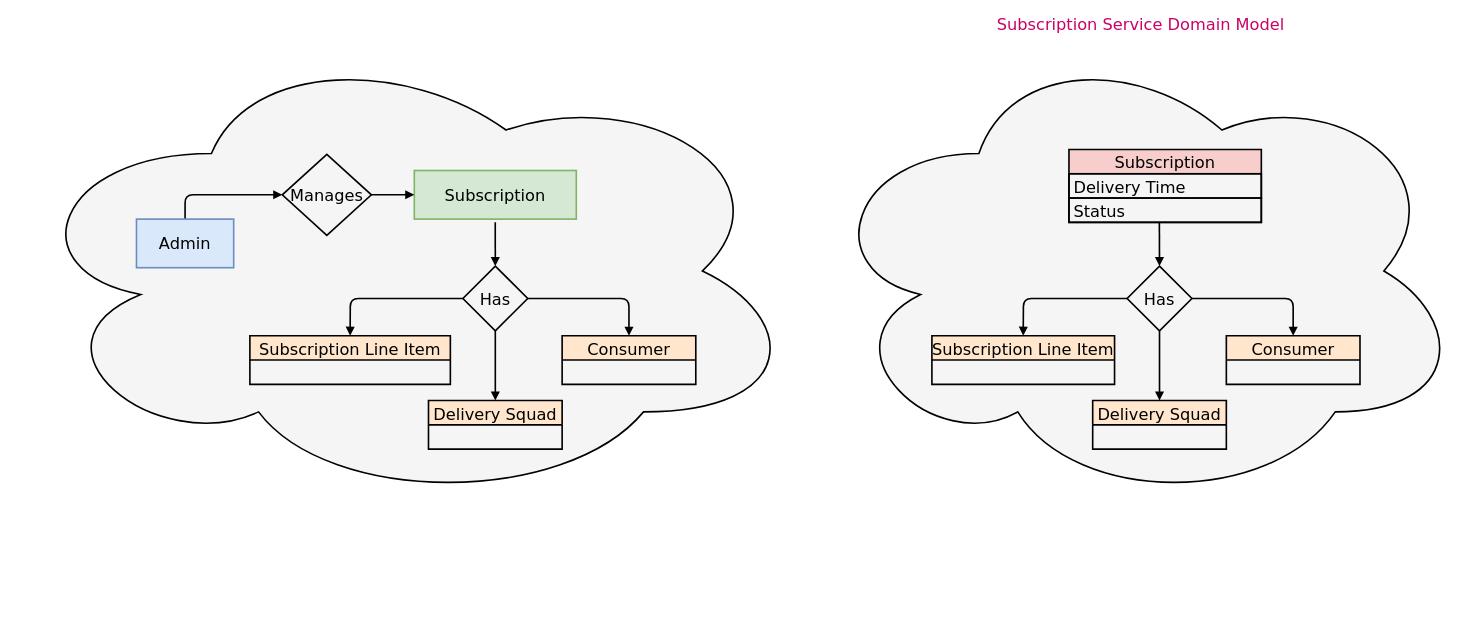
Above: docs/diagram/subscription_service_domain_model.drawio in dudhwalas/dudhwala (draw.io), before the change. Source tidied: cells renumbered, new cells numbered last; positions are measured from the earlier drawing's top-left corner, leaving out a move shared by most shapes. Both pictures are drawn from the tidied source at 81%, with x=0, y=0 at pixel (15, 36).
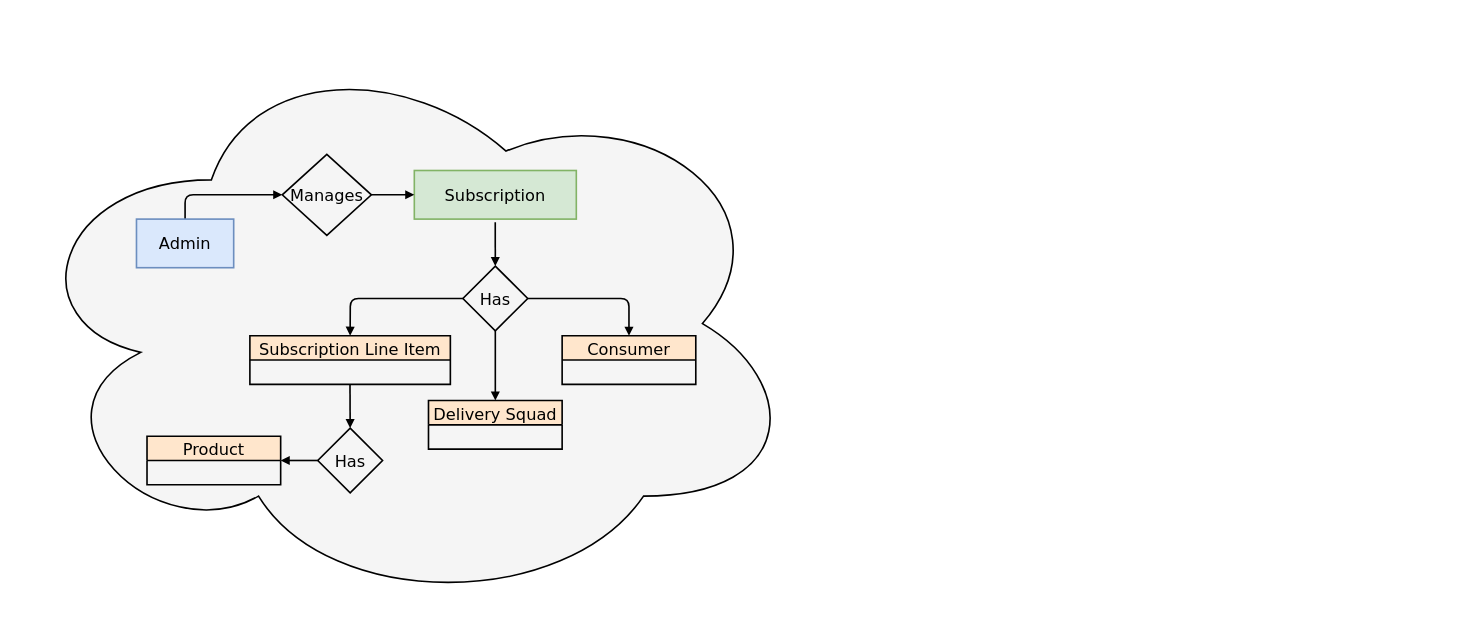
Above is the later version.

Commit message (it also covers changes not shown here):
added delivery service specs

The edit, as a diff of the source:
```diff
@@
-    <mxCell id="2" value="Subscription Service Domain Model" style="ellipse;shape=cloud;whiteSpace=wrap;html=1;fillColor=#f5f5f5;fontColor=#CC0066;strokeColor=#000000;strokeWidth=2;labelPosition=center;verticalLabelPosition=top;align=center;verticalAlign=bottom;fontSize=20;fontFamily=Verdana;" parent="1" vertex="1">
-      <mxGeometry x="990" width="800" height="580" as="geometry" />
-    </mxCell>
-    <mxCell id="3" value="Subscription" style="swimlane;fontStyle=0;horizontal=1;startSize=30;fillColor=#f8cecc;strokeColor=#000000;fontSize=20;strokeWidth=2;fontFamily=Verdana;" parent="1" vertex="1">
-      <mxGeometry x="1301.2" y="140" width="237.5" height="90" as="geometry" />
-    </mxCell>
-    <mxCell id="4" value="Delivery Time" style="text;strokeColor=#000000;fillColor=none;align=left;verticalAlign=middle;spacingLeft=4;spacingRight=4;overflow=hidden;fontSize=20;strokeWidth=2;fontFamily=Verdana;" parent="3" vertex="1">
-      <mxGeometry y="30" width="237.5" height="30" as="geometry" />
-    </mxCell>
-    <mxCell id="5" value="Status" style="text;strokeColor=#000000;fillColor=none;align=left;verticalAlign=middle;spacingLeft=4;spacingRight=4;overflow=hidden;points=[[0,0.5],[1,0.5]];portConstraint=eastwest;fontSize=20;strokeWidth=2;fontFamily=Verdana;" parent="3" vertex="1">
-      <mxGeometry y="60" width="237.5" height="30" as="geometry" />
-    </mxCell>
-    <mxCell id="6" value="Subscription Line Item" style="swimlane;fontStyle=0;horizontal=1;startSize=30;fillColor=#ffe6cc;strokeColor=#000000;fontSize=20;strokeWidth=2;fontFamily=Verdana;" parent="1" vertex="1">
-      <mxGeometry x="1132" y="370" width="225.5" height="60" as="geometry" />
-    </mxCell>
-    <mxCell id="7" style="edgeStyle=none;html=1;exitX=1;exitY=0.5;exitDx=0;exitDy=0;entryX=0.5;entryY=0;entryDx=0;entryDy=0;endArrow=block;endFill=1;strokeWidth=2;strokeColor=#000000;fontFamily=Verdana;" parent="1" edge="1" source="8" target="11">
-      <mxGeometry relative="1" as="geometry">
-        <Array as="points">
-          <mxPoint x="1578" y="324" />
-        </Array>
-      </mxGeometry>
-    </mxCell>
-    <mxCell id="8" value="Has" style="rhombus;whiteSpace=wrap;html=1;fontSize=20;fillColor=none;strokeWidth=2;strokeColor=#000000;fontFamily=Verdana;" parent="1" vertex="1">
-      <mxGeometry x="1373" y="284" width="80" height="80" as="geometry" />
-    </mxCell>
-    <mxCell id="9" style="edgeStyle=none;html=1;exitX=0.47;exitY=1;exitDx=0;exitDy=0;entryX=0.5;entryY=0;entryDx=0;entryDy=0;fontSize=20;exitPerimeter=0;endArrow=block;endFill=1;strokeWidth=2;strokeColor=#000000;fontFamily=Verdana;" parent="1" edge="1" source="5" target="8">
-      <mxGeometry relative="1" as="geometry" />
-    </mxCell>
-    <mxCell id="10" style="edgeStyle=none;html=1;entryX=0.5;entryY=0;entryDx=0;entryDy=0;fontSize=20;endArrow=block;endFill=1;strokeWidth=2;exitX=0;exitY=0.5;exitDx=0;exitDy=0;strokeColor=#000000;fontFamily=Verdana;" parent="1" edge="1" source="8" target="6">
-      <mxGeometry relative="1" as="geometry">
-        <Array as="points">
-          <mxPoint x="1245" y="324" />
-        </Array>
-      </mxGeometry>
-    </mxCell>
-    <mxCell id="11" value="Consumer" style="swimlane;fontStyle=0;horizontal=1;startSize=30;fillColor=#ffe6cc;strokeColor=#000000;fontSize=20;strokeWidth=2;fontFamily=Verdana;" parent="1" vertex="1">
-      <mxGeometry x="1495.5" y="370" width="165" height="60" as="geometry" />
-    </mxCell>
-    <mxCell id="12" value="Delivery Squad" style="swimlane;fontStyle=0;horizontal=1;startSize=30;fillColor=#ffe6cc;strokeColor=#000000;fontSize=20;strokeWidth=2;fontFamily=Verdana;" parent="1" vertex="1">
-      <mxGeometry x="1330.5" y="450" width="165" height="60" as="geometry" />
-    </mxCell>
-    <mxCell id="13" style="edgeStyle=none;html=1;exitX=0.5;exitY=1;exitDx=0;exitDy=0;entryX=0.5;entryY=0;entryDx=0;entryDy=0;endArrow=block;endFill=1;strokeWidth=2;strokeColor=#000000;fontFamily=Verdana;" parent="1" edge="1" source="8" target="12">
-      <mxGeometry relative="1" as="geometry" />
-    </mxCell>
     <mxCell id="14" style="ellipse;shape=cloud;whiteSpace=wrap;html=1;fillColor=#f5f5f5;fontColor=#CC0066;strokeColor=#000000;strokeWidth=2;labelPosition=center;verticalLabelPosition=top;align=center;verticalAlign=bottom;fontSize=20;fontFamily=Verdana;" parent="1" vertex="1">
-      <mxGeometry width="970" height="580" as="geometry" />
+      <mxGeometry width="970" height="710" as="geometry" />
     </mxCell>
@@
+    <mxCell id="28" style="edgeStyle=none;html=1;exitX=0;exitY=0.5;exitDx=0;exitDy=0;entryX=1;entryY=0.5;entryDx=0;entryDy=0;strokeWidth=2;endArrow=block;endFill=1;" parent="1" edge="1" source="8" target="30">
+      <mxGeometry relative="1" as="geometry" />
+    </mxCell>
+    <mxCell id="8" value="Has" style="rhombus;whiteSpace=wrap;html=1;fontSize=20;fillColor=none;strokeWidth=2;strokeColor=#000000;fontFamily=Verdana;" parent="1" vertex="1">
+      <mxGeometry x="373.8" y="484" width="80" height="80" as="geometry" />
+    </mxCell>
+    <mxCell id="29" style="edgeStyle=none;html=1;exitX=0.47;exitY=1;exitDx=0;exitDy=0;entryX=0.5;entryY=0;entryDx=0;entryDy=0;fontSize=20;exitPerimeter=0;endArrow=block;endFill=1;strokeWidth=2;strokeColor=#000000;fontFamily=Verdana;" parent="1" edge="1" target="8">
+      <mxGeometry relative="1" as="geometry">
+        <mxPoint x="413.6" y="430" as="sourcePoint" />
+      </mxGeometry>
+    </mxCell>
+    <mxCell id="30" value="Product" style="swimlane;fontStyle=0;horizontal=1;startSize=30;fillColor=#ffe6cc;strokeColor=#000000;fontSize=20;strokeWidth=2;fontFamily=Verdana;" parent="1" vertex="1">
+      <mxGeometry x="163" y="494" width="165" height="60" as="geometry" />
+    </mxCell>
```
